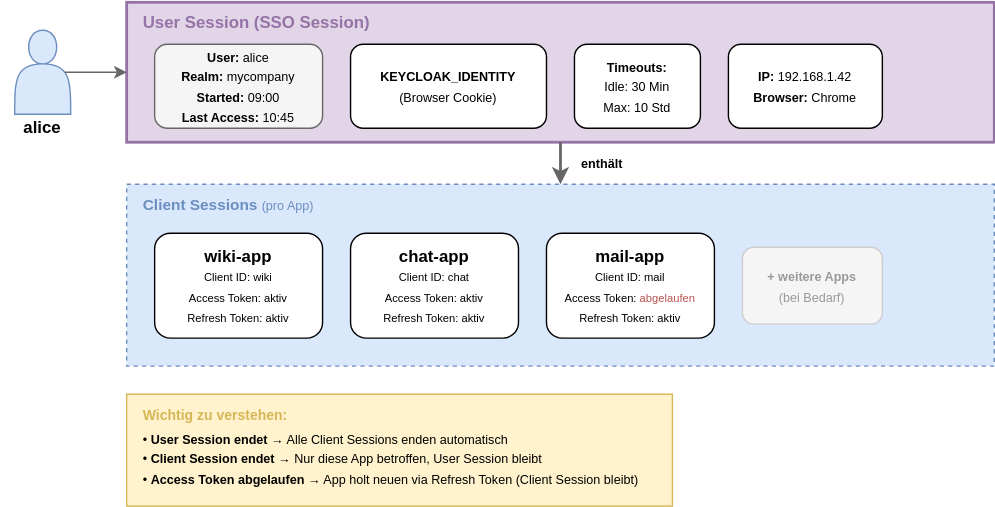
The draw.io diagram slides/06-sso-sessions-tokens/images/session_hierarchy.drawio.svg in it-erben/training-keycloak, before a commit. Source tidied: cells renumbered, new cells last; positions are measured from the earlier drawing's top-left corner, leaving out a move shared by most shapes.
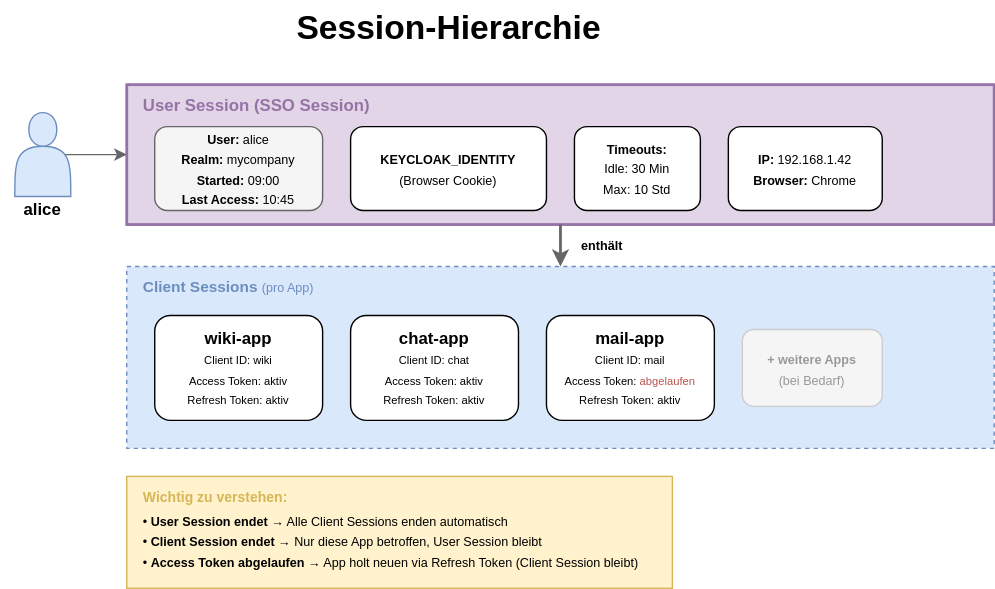
Above is the later version.

The edit, as a diff of the source:
```diff
@@ -67,5 +67,8 @@
         <mxPoint x="90" y="50" as="targetPoint" />
       </mxGeometry>
     </mxCell>
+    <mxCell id="22" value="Session-Hierarchie" style="text;strokeColor=none;fillColor=none;html=1;fontSize=24;fontStyle=1;verticalAlign=middle;align=center;" parent="1" vertex="1">
+      <mxGeometry x="270" y="-60" width="100" height="40" as="geometry" />
+    </mxCell>
   </root>
 </mxGraphModel>
```
